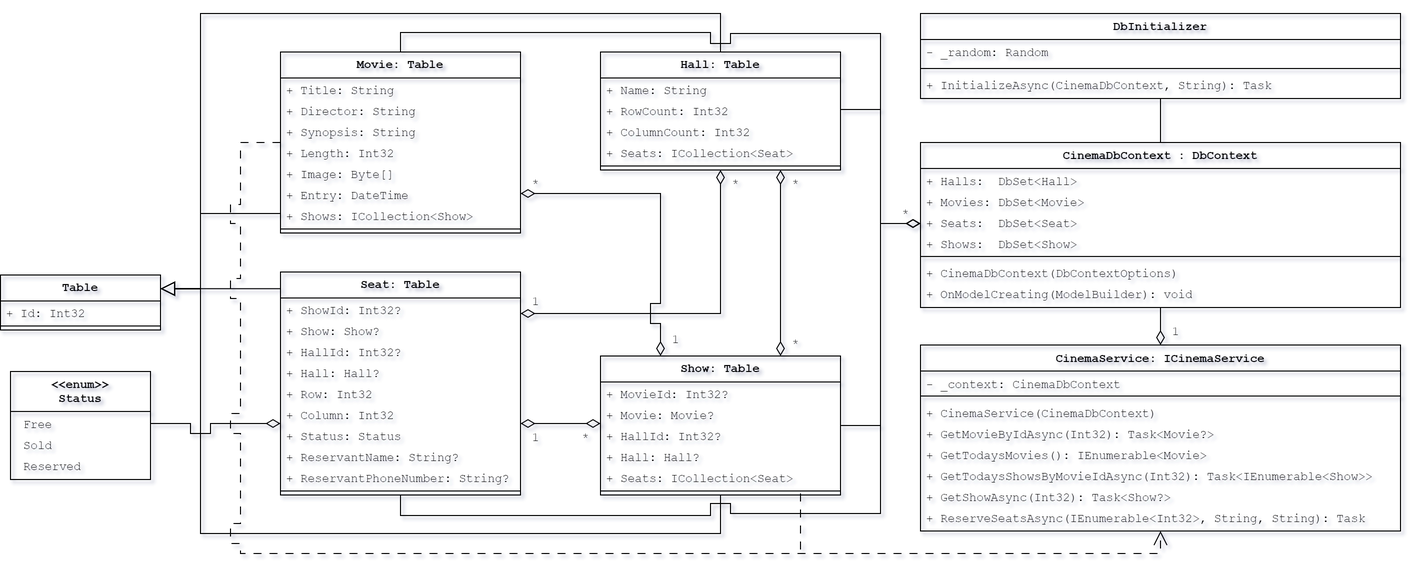
This is docs/images/data.png from Gerisz/Cinema, a draw.io export, as it was before one commit. Source tidied: cells renumbered, new cells last; positions are measured from the earlier drawing's top-left corner, leaving out a move shared by most shapes.
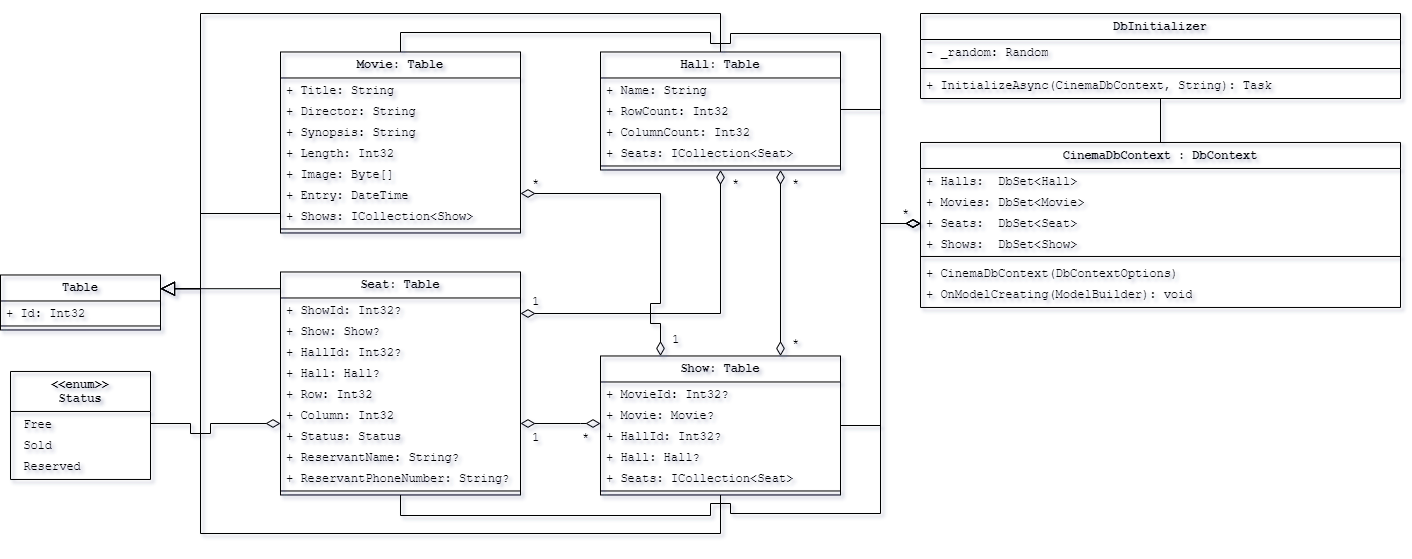
Later version of the same file.

Diff of the diagram source:
```diff
@@ -2,9 +2,6 @@
   <root>
     <mxCell id="0" />
     <mxCell id="1" parent="0" />
-    <mxCell id="2" style="edgeStyle=orthogonalEdgeStyle;rounded=0;jettySize=auto;html=1;entryX=0.5;entryY=0;entryDx=0;entryDy=0;endArrow=diamondThin;endFill=0;endSize=12;fontFamily=Courier New;spacing=2;" parent="1" edge="1" source="3" target="80">
-      <mxGeometry relative="1" as="geometry" />
-    </mxCell>
     <mxCell id="3" value="&lt;font&gt;CinemaDbContext : DbContext&lt;/font&gt;" style="swimlane;fontStyle=1;align=center;verticalAlign=top;horizontal=1;startSize=26;whiteSpace=wrap;html=1;fontFamily=Courier New;fillColor=none;spacing=2;" parent="1" vertex="1">
       <mxGeometry x="920" y="129" width="480" height="165" as="geometry" />
     </mxCell>
@@ -78,31 +75,6 @@
         </Array>
       </mxGeometry>
     </mxCell>
-    <mxCell id="22" style="edgeStyle=orthogonalEdgeStyle;rounded=0;jettySize=auto;html=1;dashed=1;dashPattern=8 8;endArrow=open;endFill=0;endSize=12;" parent="1" edge="1" source="23" target="80">
-      <mxGeometry relative="1" as="geometry">
-        <Array as="points">
-          <mxPoint x="240" y="129" />
-          <mxPoint x="240" y="191" />
-          <mxPoint x="230" y="191" />
-          <mxPoint x="230" y="210" />
-          <mxPoint x="240" y="210" />
-          <mxPoint x="240" y="265" />
-          <mxPoint x="230" y="265" />
-          <mxPoint x="230" y="285" />
-          <mxPoint x="240" y="285" />
-          <mxPoint x="240" y="400" />
-          <mxPoint x="230" y="400" />
-          <mxPoint x="230" y="420" />
-          <mxPoint x="240" y="420" />
-          <mxPoint x="240" y="510" />
-          <mxPoint x="230" y="510" />
-          <mxPoint x="230" y="530" />
-          <mxPoint x="240" y="530" />
-          <mxPoint x="240" y="540" />
-          <mxPoint x="1160" y="540" />
-        </Array>
-      </mxGeometry>
-    </mxCell>
     <mxCell id="23" value="&lt;font&gt;Movie: Table&lt;/font&gt;" style="swimlane;fontStyle=1;align=center;verticalAlign=top;horizontal=1;startSize=26;whiteSpace=wrap;html=1;fontFamily=Courier New;fillColor=none;spacing=2;" parent="1" vertex="1">
       <mxGeometry x="280" y="38.5" width="240" height="181" as="geometry" />
     </mxCell>
@@ -211,12 +183,6 @@
         </Array>
       </mxGeometry>
     </mxCell>
-    <mxCell id="49" style="edgeStyle=orthogonalEdgeStyle;rounded=0;orthogonalLoop=1;jettySize=auto;html=1;dashed=1;dashPattern=8 8;endArrow=none;endFill=0;" parent="1" edge="1">
-      <mxGeometry relative="1" as="geometry">
-        <mxPoint x="800" y="480" as="sourcePoint" />
-        <mxPoint x="800" y="540" as="targetPoint" />
-      </mxGeometry>
-    </mxCell>
     <mxCell id="50" value="&lt;font&gt;Show: Table&lt;/font&gt;" style="swimlane;fontStyle=1;align=center;verticalAlign=top;horizontal=1;startSize=26;whiteSpace=wrap;html=1;fontFamily=Courier New;fillColor=none;spacing=2;" parent="1" vertex="1">
       <mxGeometry x="600" y="342.5" width="240" height="139" as="geometry" />
     </mxCell>
@@ -340,35 +306,5 @@
     <mxCell id="79" value="+ InitializeAsync(CinemaDbContext, String): Task" style="text;strokeColor=none;fillColor=none;align=left;verticalAlign=top;spacingLeft=4;spacingRight=4;overflow=hidden;whiteSpace=wrap;html=1;fontFamily=Courier New;spacing=2;" parent="76" vertex="1">
       <mxGeometry y="59" width="480" height="26" as="geometry" />
     </mxCell>
-    <mxCell id="80" value="&lt;font&gt;CinemaService: ICinemaService&lt;/font&gt;" style="swimlane;fontStyle=1;align=center;verticalAlign=top;horizontal=1;startSize=26;whiteSpace=wrap;html=1;fontFamily=Courier New;fillColor=none;spacing=2;" parent="1" vertex="1">
-      <mxGeometry x="920" y="331.5" width="480" height="186" as="geometry" />
-    </mxCell>
-    <mxCell id="81" value="- _context: CinemaDbContext" style="text;strokeColor=none;fillColor=none;align=left;verticalAlign=top;spacingLeft=4;spacingRight=4;overflow=hidden;whiteSpace=wrap;html=1;fontFamily=Courier New;spacing=2;" parent="80" vertex="1">
-      <mxGeometry y="26" width="480" height="21" as="geometry" />
-    </mxCell>
-    <mxCell id="82" style="line;strokeWidth=1;fillColor=none;align=left;verticalAlign=middle;spacingTop=-1;spacingLeft=3;spacingRight=3;labelPosition=right;strokeColor=inherit;fontFamily=Courier New;spacing=2;" parent="80" vertex="1">
-      <mxGeometry y="47" width="480" height="8" as="geometry" />
-    </mxCell>
-    <mxCell id="83" value="+ CinemaService(CinemaDbContext)" style="text;strokeColor=none;fillColor=none;align=left;verticalAlign=top;spacingLeft=4;spacingRight=4;overflow=hidden;whiteSpace=wrap;html=1;fontFamily=Courier New;spacing=2;" parent="80" vertex="1">
-      <mxGeometry y="55" width="480" height="21" as="geometry" />
-    </mxCell>
-    <mxCell id="84" value="+ GetMovieByIdAsync(Int32): Task&amp;lt;Movie?&amp;gt;" style="text;strokeColor=none;fillColor=none;align=left;verticalAlign=top;spacingLeft=4;spacingRight=4;overflow=hidden;whiteSpace=wrap;html=1;fontFamily=Courier New;spacing=2;" parent="80" vertex="1">
-      <mxGeometry y="76" width="480" height="21" as="geometry" />
-    </mxCell>
-    <mxCell id="85" value="+ GetTodaysMovies(): IEnumerable&amp;lt;Movie&amp;gt;" style="text;strokeColor=none;fillColor=none;align=left;verticalAlign=top;spacingLeft=4;spacingRight=4;overflow=hidden;whiteSpace=wrap;html=1;fontFamily=Courier New;spacing=2;" parent="80" vertex="1">
-      <mxGeometry y="97" width="480" height="21" as="geometry" />
-    </mxCell>
-    <mxCell id="86" value="+ GetTodaysShowsByMovieIdAsync(Int32): Task&amp;lt;IEnumerable&amp;lt;Show&amp;gt;&amp;gt;" style="text;strokeColor=none;fillColor=none;align=left;verticalAlign=top;spacingLeft=4;spacingRight=4;overflow=hidden;whiteSpace=wrap;html=1;fontFamily=Courier New;spacing=2;" parent="80" vertex="1">
-      <mxGeometry y="118" width="480" height="21" as="geometry" />
-    </mxCell>
-    <mxCell id="87" value="+ GetShowAsync(Int32): Task&amp;lt;Show?&amp;gt;" style="text;strokeColor=none;fillColor=none;align=left;verticalAlign=top;spacingLeft=4;spacingRight=4;overflow=hidden;whiteSpace=wrap;html=1;fontFamily=Courier New;spacing=2;" parent="80" vertex="1">
-      <mxGeometry y="139" width="480" height="21" as="geometry" />
-    </mxCell>
-    <mxCell id="88" value="+ ReserveSeatsAsync(IEnumerable&amp;lt;Int32&amp;gt;, String, String): Task" style="text;strokeColor=none;fillColor=none;align=left;verticalAlign=top;spacingLeft=4;spacingRight=4;overflow=hidden;whiteSpace=wrap;html=1;fontFamily=Courier New;spacing=2;" parent="80" vertex="1">
-      <mxGeometry y="160" width="480" height="26" as="geometry" />
-    </mxCell>
-    <mxCell id="89" value="1" style="text;html=1;align=center;verticalAlign=middle;strokeColor=none;fillColor=none;fontFamily=Courier New;spacing=2;" parent="1" vertex="1">
-      <mxGeometry x="1160" y="304" width="30" height="30" as="geometry" />
-    </mxCell>
   </root>
 </mxGraphModel>
```
